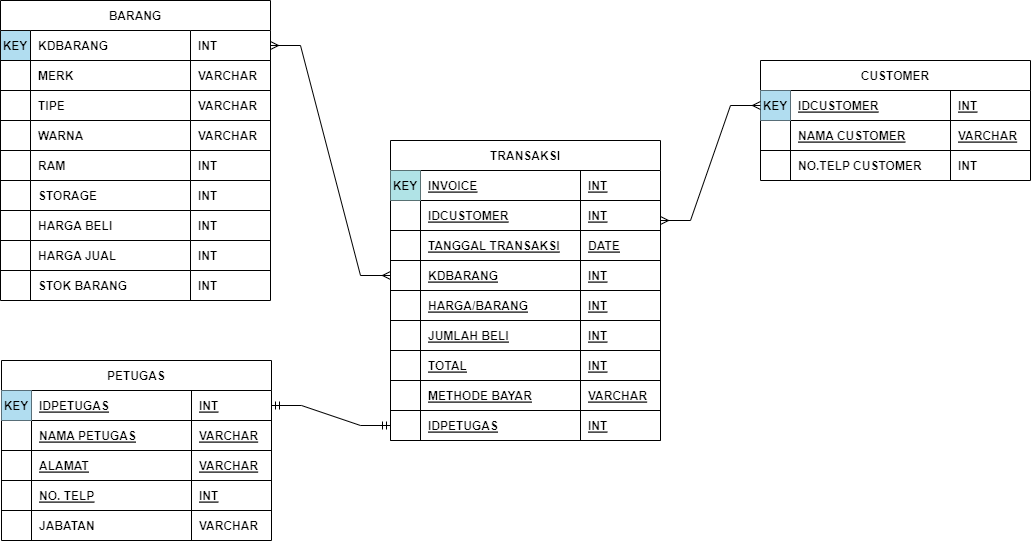
This is database.drawio.png from MountZ1/PR_PenjualanHandPhone_ArdiSaputraTIP-21.2, a draw.io export, as it was before one commit. Source tidied: cells renumbered, new cells last; positions are measured from the earlier drawing's top-left corner, leaving out a move shared by most shapes.
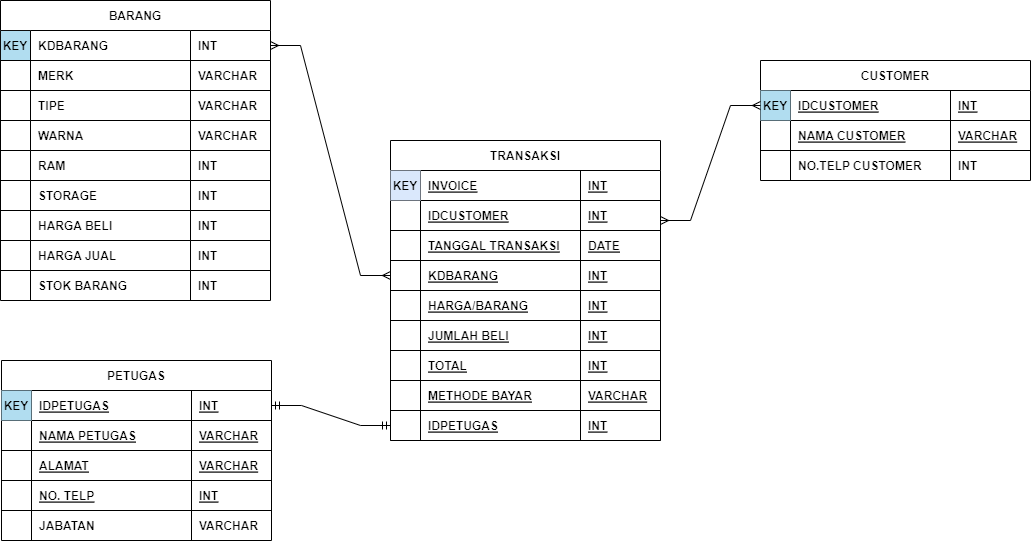
The same diagram one commit later.

Diff of the diagram source:
```diff
@@ -221,7 +221,7 @@
     <mxCell id="74" style="shape=partialRectangle;fillColor=none;top=0;left=0;right=0;bottom=1;" parent="73" vertex="1">
       <mxGeometry y="30" width="270" height="30" as="geometry" />
     </mxCell>
-    <mxCell id="75" value="KEY" style="shape=partialRectangle;overflow=hidden;fillColor=#b0e3e6;top=0;left=0;bottom=0;right=0;fontStyle=1;strokeColor=#0e8088;" parent="74" vertex="1">
+    <mxCell id="75" value="KEY" style="shape=partialRectangle;overflow=hidden;fillColor=#dae8fc;top=0;left=0;bottom=0;right=0;fontStyle=1;strokeColor=#385c8f;" parent="74" vertex="1">
       <mxGeometry width="30" height="30" as="geometry" />
     </mxCell>
     <mxCell id="76" value="INVOICE" style="shape=partialRectangle;overflow=hidden;fillColor=none;top=0;left=0;bottom=0;right=0;align=left;spacingLeft=6;fontStyle=5;" parent="74" vertex="1">
```
